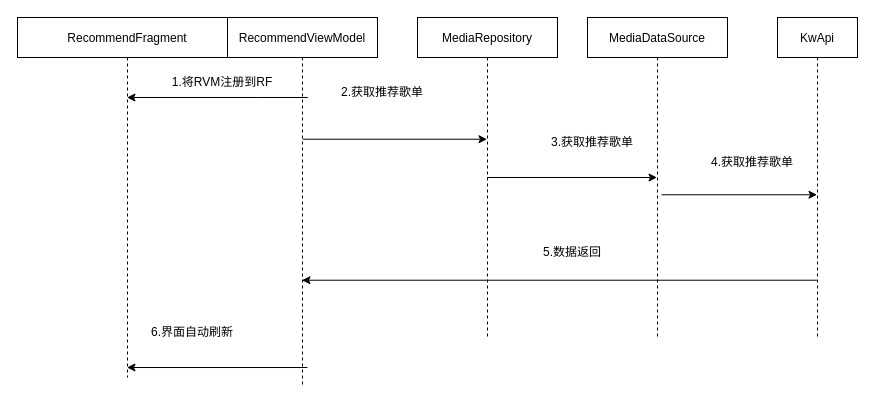
The draw.io diagram Untitled Diagram.drawio in hulixia1992/lixia.hu, before the edit. Source tidied: cells renumbered, new cells numbered last; positions are measured from the earlier drawing's top-left corner, leaving out a move shared by most shapes. Both pictures are drawn from the tidied source at 100%, with x=0, y=0 at pixel (17, 17).
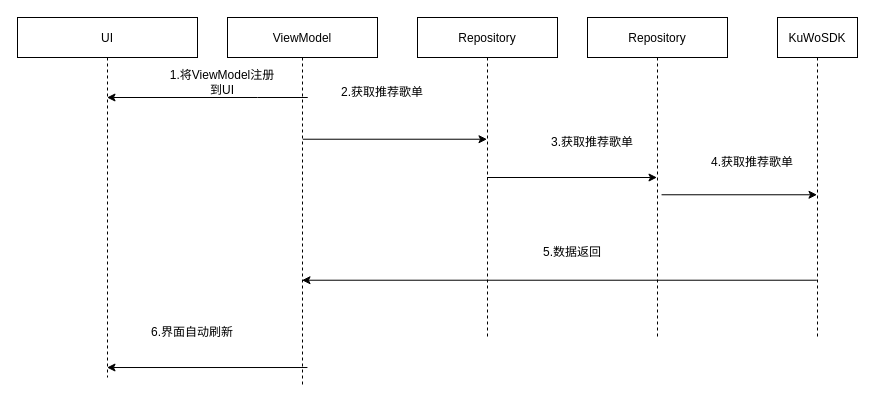
Above is the later version.

Commit message:
调整时序图

What changed in the source:
```diff
@@
-    <mxCell id="2" value="RecommendFragment" style="shape=umlLifeline;perimeter=lifelinePerimeter;rounded=0;shadow=0;strokeWidth=1;" parent="1" vertex="1">
-      <mxGeometry width="220" height="360" as="geometry" />
+    <mxCell id="2" value="UI" style="shape=umlLifeline;perimeter=lifelinePerimeter;rounded=0;shadow=0;strokeWidth=1;" parent="1" vertex="1">
+      <mxGeometry width="180" height="360" as="geometry" />
     </mxCell>
-    <mxCell id="3" value="1.将RVM注册到RF" style="text;html=1;strokeColor=none;fillColor=none;align=center;verticalAlign=middle;whiteSpace=wrap;rounded=0;" parent="2" vertex="1">
+    <mxCell id="3" value="1.将ViewModel注册到UI" style="text;html=1;strokeColor=none;fillColor=none;align=center;verticalAlign=middle;whiteSpace=wrap;rounded=0;" parent="2" vertex="1">
       <mxGeometry x="150" y="50" width="110" height="30" as="geometry" />
     </mxCell>
@@
-    <mxCell id="5" value="RecommendViewModel" style="shape=umlLifeline;perimeter=lifelinePerimeter;rounded=0;shadow=0;strokeWidth=1;" parent="1" vertex="1">
+    <mxCell id="5" value="ViewModel" style="shape=umlLifeline;perimeter=lifelinePerimeter;rounded=0;shadow=0;strokeWidth=1;" parent="1" vertex="1">
       <mxGeometry x="210" width="150" height="370" as="geometry" />
     </mxCell>
@@
-    <mxCell id="7" value="MediaRepository" style="shape=umlLifeline;perimeter=lifelinePerimeter;rounded=0;shadow=0;strokeWidth=1;" parent="1" vertex="1">
+    <mxCell id="7" value="Repository" style="shape=umlLifeline;perimeter=lifelinePerimeter;rounded=0;shadow=0;strokeWidth=1;" parent="1" vertex="1">
       <mxGeometry x="400" width="140" height="320" as="geometry" />
     </mxCell>
-    <mxCell id="8" value="MediaDataSource" style="shape=umlLifeline;perimeter=lifelinePerimeter;rounded=0;shadow=0;strokeWidth=1;" parent="1" vertex="1">
+    <mxCell id="8" value="Repository" style="shape=umlLifeline;perimeter=lifelinePerimeter;rounded=0;shadow=0;strokeWidth=1;" parent="1" vertex="1">
       <mxGeometry x="570" width="140" height="320" as="geometry" />
     </mxCell>
-    <mxCell id="9" value="KwApi" style="shape=umlLifeline;perimeter=lifelinePerimeter;rounded=0;shadow=0;strokeWidth=1;" parent="1" vertex="1">
+    <mxCell id="9" value="KuWoSDK" style="shape=umlLifeline;perimeter=lifelinePerimeter;rounded=0;shadow=0;strokeWidth=1;" parent="1" vertex="1">
       <mxGeometry x="760" width="80" height="320" as="geometry" />
     </mxCell>
```
